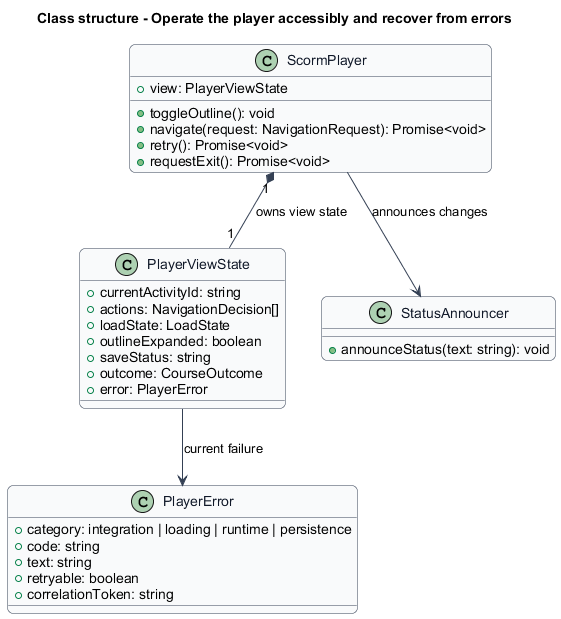
This is docs/detailed-designs/scorm-player/operate-player/diagrams/class-structure.png from QuinntyneBrown/Tessera, a PlantUML export, as it was before one commit. The source it was exported from:
```plantuml
@startuml
title Class structure - Operate the player accessibly and recover from errors
skinparam backgroundColor #FFFFFF
skinparam shadowing false
skinparam roundcorner 12
skinparam defaultFontName Arial
skinparam ArrowColor #344054
skinparam rectangle {
  BorderColor #344054
  FontColor #101828
}
skinparam package {
  BorderColor #667085
  FontColor #101828
  BackgroundColor #F9FAFB
}
skinparam class {
  BorderColor #344054
  FontColor #101828
  BackgroundColor #F9FAFB
}
class ScormPlayer {
  +view: PlayerViewState
  +toggleOutline(): void
  +navigate(request: NavigationRequest): Promise<void>
  +retry(): Promise<void>
  +requestExit(): Promise<void>
}
class PlayerViewState {
  +currentActivityId: string
  +actions: NavigationDecision[]
  +loadState: LoadState
  +outlineExpanded: boolean
  +saveStatus: string
  +outcome: CourseOutcome
  +error: PlayerError
}
class PlayerError {
  +category: integration | loading | runtime | persistence
  +code: string
  +text: string
  +retryable: boolean
  +correlationToken: string
}
class StatusAnnouncer {
  +announceStatus(text: string): void
}
ScormPlayer "1" *-- "1" PlayerViewState : owns view state
PlayerViewState --> PlayerError : current failure
ScormPlayer --> StatusAnnouncer : announces changes
@enduml
```
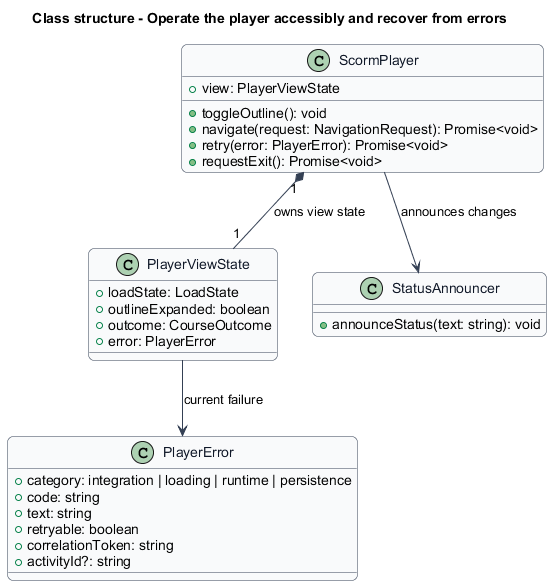
After the commit.

The edit, as a diff of the source:
```diff
@@ -23,15 +23,12 @@
   +view: PlayerViewState
   +toggleOutline(): void
   +navigate(request: NavigationRequest): Promise<void>
-  +retry(): Promise<void>
+  +retry(error: PlayerError): Promise<void>
   +requestExit(): Promise<void>
 }
 class PlayerViewState {
-  +currentActivityId: string
-  +actions: NavigationDecision[]
   +loadState: LoadState
   +outlineExpanded: boolean
-  +saveStatus: string
   +outcome: CourseOutcome
   +error: PlayerError
 }
@@ -41,6 +38,7 @@
   +text: string
   +retryable: boolean
   +correlationToken: string
+  +activityId?: string
 }
 class StatusAnnouncer {
   +announceStatus(text: string): void
```
